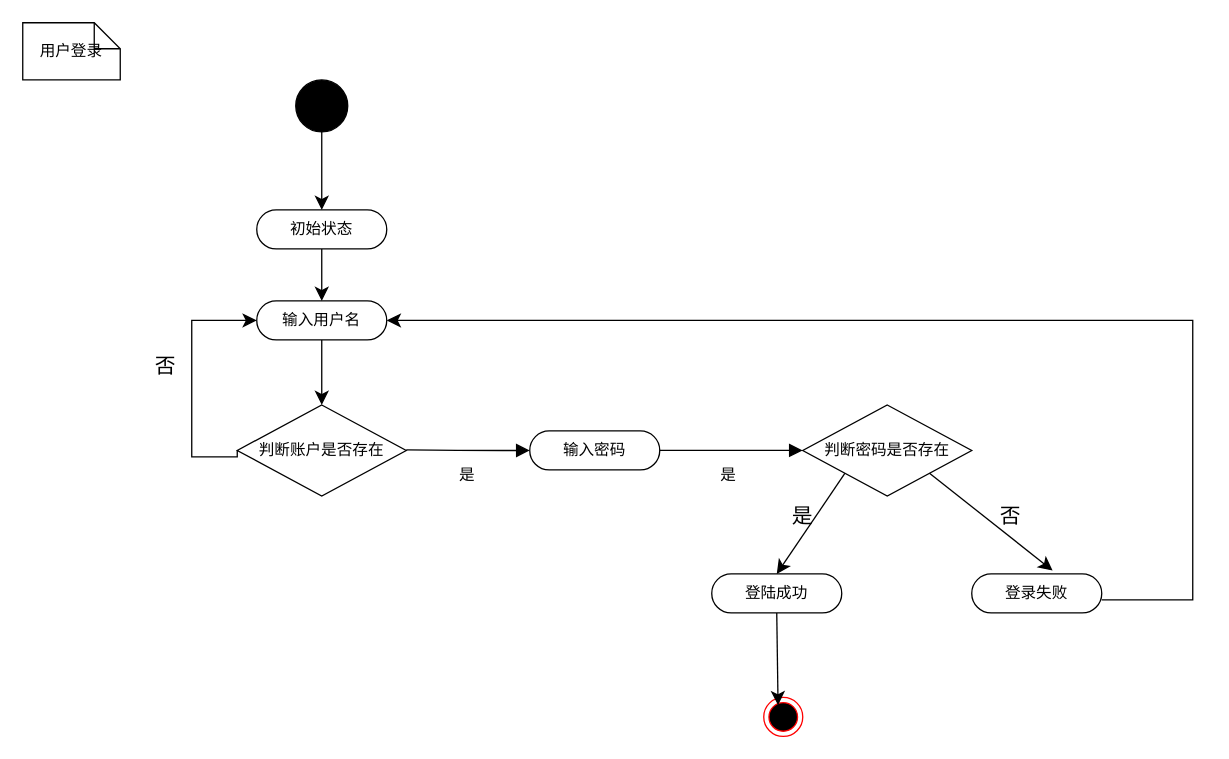
The draw.io diagram 用户注册状态图.drawio in FJY321/111, before the edit. Source tidied: cells renumbered, new cells numbered last; positions are measured from the earlier drawing's top-left corner, leaving out a move shared by most shapes. Both pictures are drawn from the tidied source at 130%, with x=0, y=0 at pixel (22, 22).
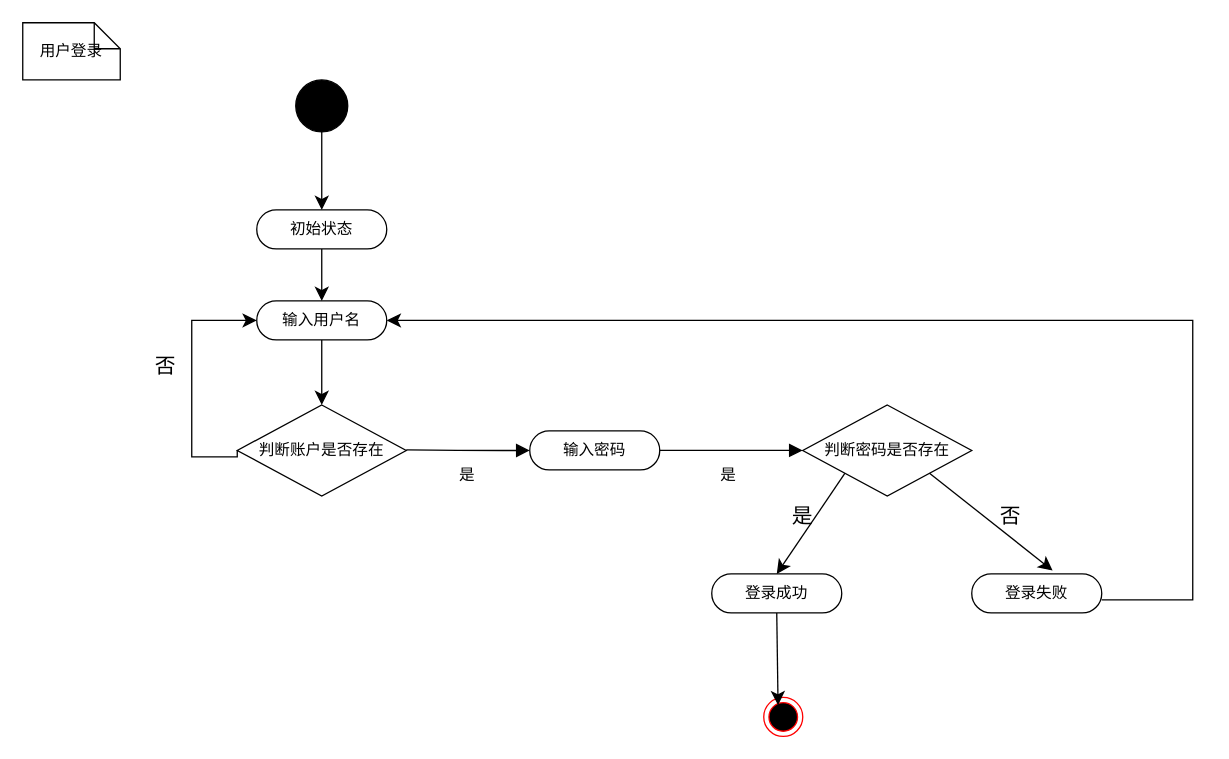
The same page after the edit.

Commit message:
更新用户注册状态图.drawio

What changed in the source:
```diff
@@
-    <mxCell id="17" value="登陆成功" style="rounded=1;whiteSpace=wrap;html=1;shadow=0;comic=0;labelBackgroundColor=none;strokeWidth=1;fontFamily=Verdana;fontSize=12;align=center;arcSize=50;" parent="1" vertex="1">
+    <mxCell id="17" value="登录成功" style="rounded=1;whiteSpace=wrap;html=1;shadow=0;comic=0;labelBackgroundColor=none;strokeWidth=1;fontFamily=Verdana;fontSize=12;align=center;arcSize=50;" parent="1" vertex="1">
       <mxGeometry x="530" y="424" width="100" height="30" as="geometry" />
     </mxCell>
```
